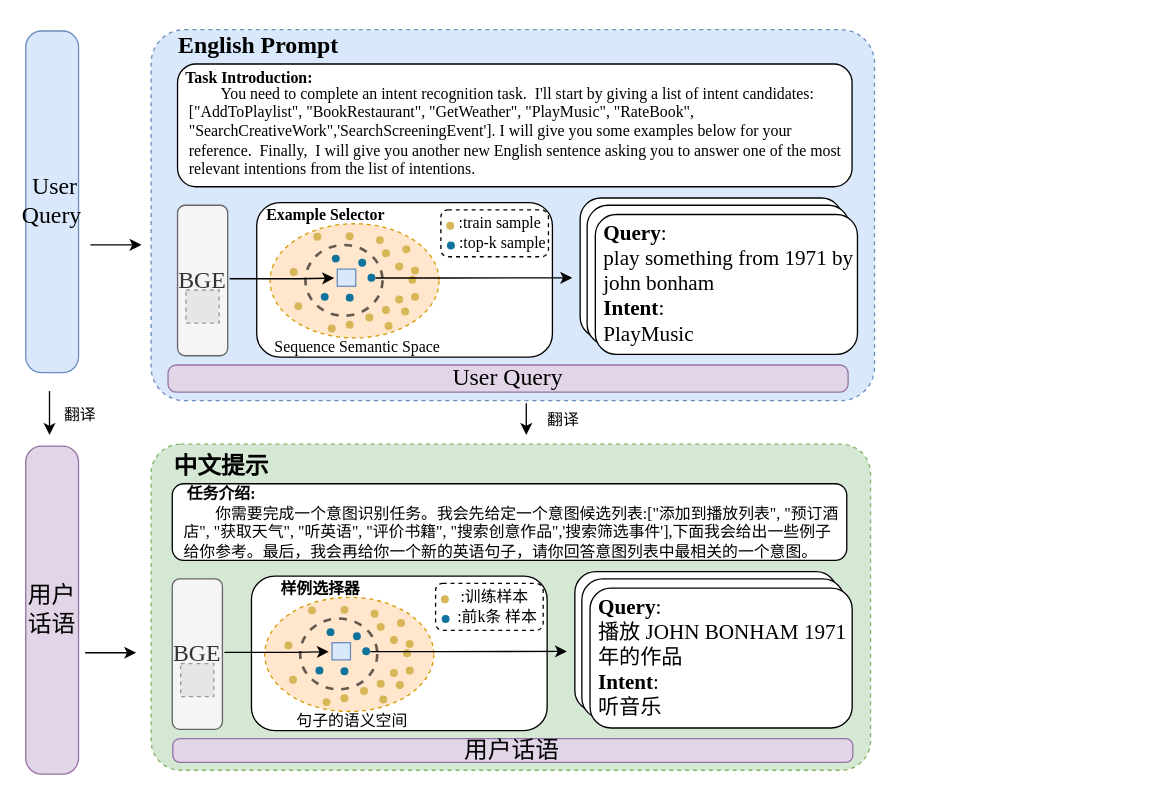
Before: shiyan4.drawio in liweizhen111/GIt-GitHub_Note, a draw.io diagram. Source tidied: cells renumbered, new cells numbered last; positions are measured from the earlier drawing's top-left corner, leaving out a move shared by most shapes. Both pictures are drawn from the tidied source at 132%, with x=0, y=0 at pixel (25, 22). Pictures stored in the file or linked from it are replaced by grey dashed boxes.
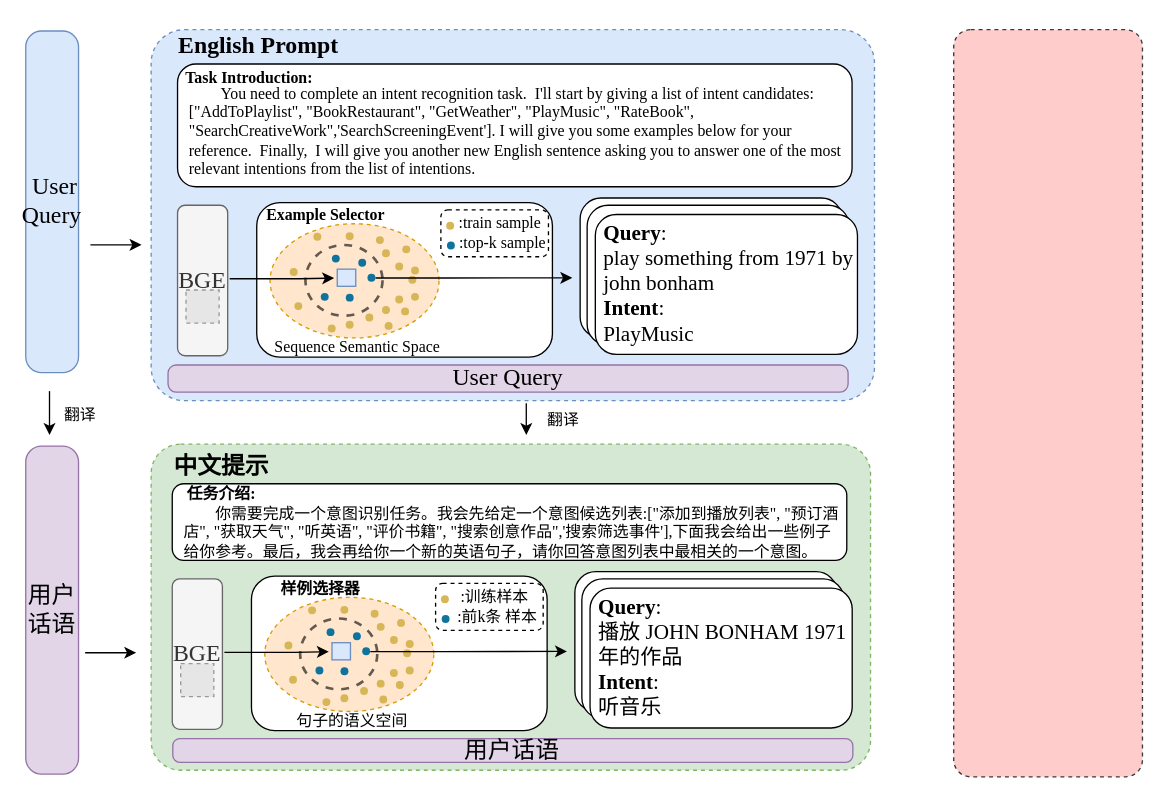
The same diagram, later.

Diff of the diagram source:
```diff
@@
+    <mxCell id="106" style="rounded=1;whiteSpace=wrap;html=1;dashed=1;fillColor=#ffcccc;strokeColor=#36393d;glass=0;shadow=0;arcSize=9;" parent="1" vertex="1">
+      <mxGeometry x="703" y="5" width="143" height="566" as="geometry" />
+    </mxCell>
```
